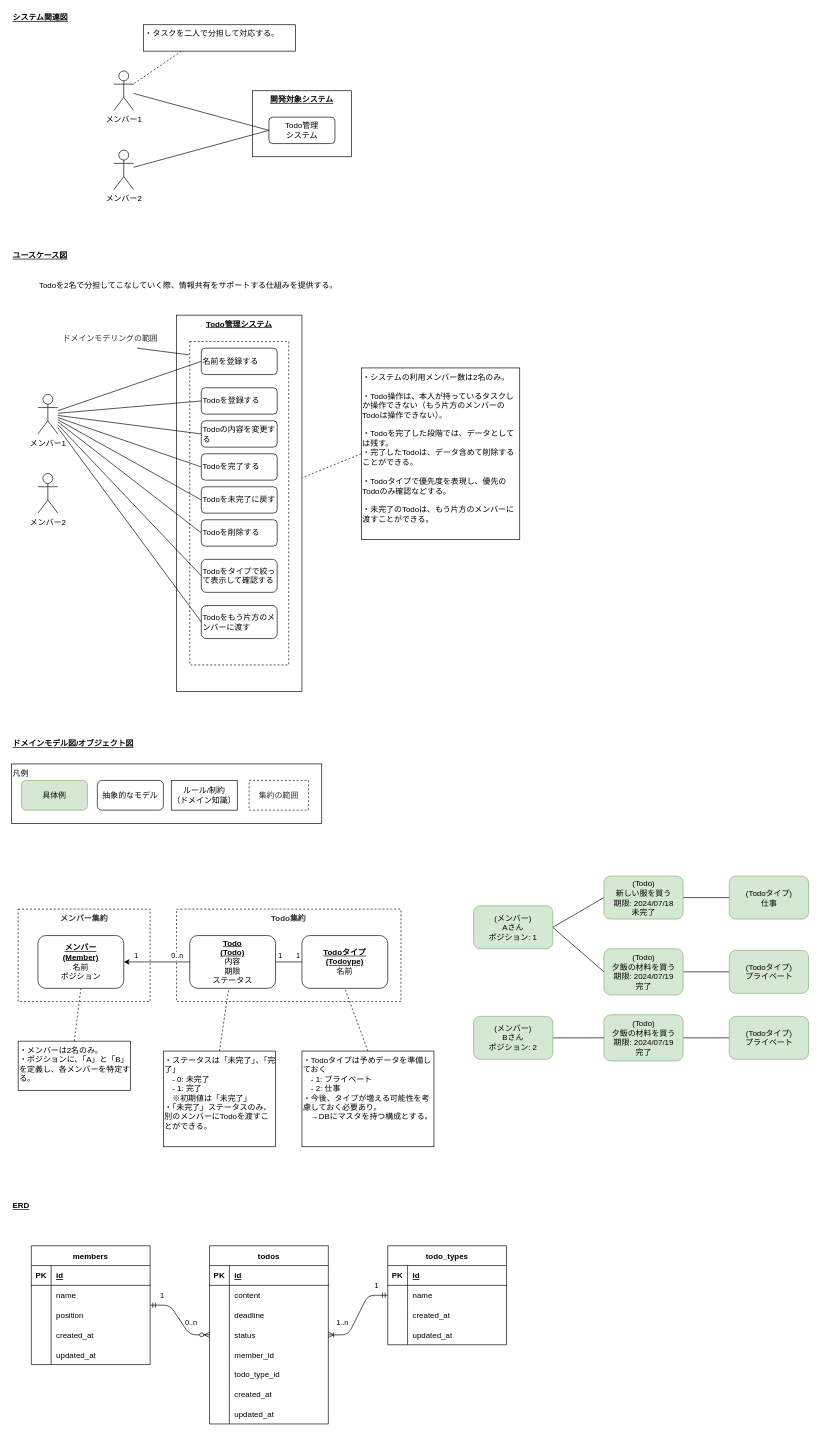
This is page "ドメインモデル" (1 of 2) of ddd/ddd-sample-app-cs/docs/ドメインモデル.drawio from atman-33/system-dev-docs, a draw.io file, before an edit. Source tidied: cells renumbered, new cells numbered last; positions are measured from the earlier drawing's top-left corner, leaving out a move shared by most shapes. Both pictures are drawn from the tidied source at 66%, with x=0, y=0 at pixel (11, 11).
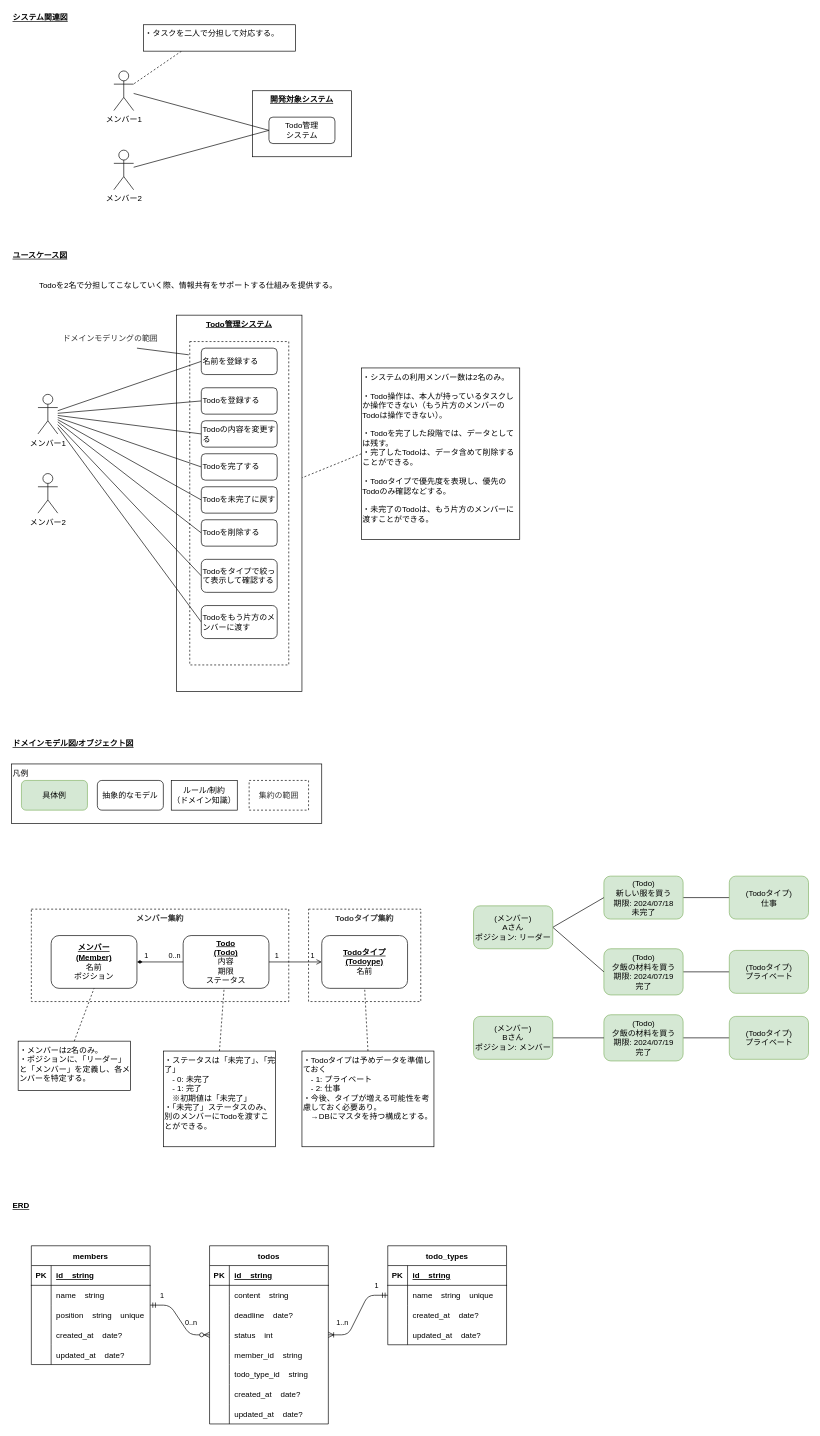
After the change.

The change refers to these unchanged cells:
```xml
<mxCell id="67" style="shape=tableRow;horizontal=0;startSize=0;swimlaneHead=0;swimlaneBody=0;fillColor=none;top=0;left=0;right=0;bottom=1;" parent="66" vertex="1">
  <mxGeometry y="30" width="180" height="30" as="geometry" />
</mxCell>
<mxCell id="70" style="shape=tableRow;horizontal=0;startSize=0;swimlaneHead=0;swimlaneBody=0;fillColor=none;top=0;left=0;right=0;bottom=0;" parent="66" vertex="1">
  <mxGeometry y="60" width="180" height="30" as="geometry" />
</mxCell>
<mxCell id="73" style="shape=tableRow;horizontal=0;startSize=0;swimlaneHead=0;swimlaneBody=0;fillColor=none;top=0;left=0;right=0;bottom=0;" parent="66" vertex="1">
  <mxGeometry y="90" width="180" height="30" as="geometry" />
</mxCell>
<mxCell id="76" style="shape=tableRow;horizontal=0;startSize=0;swimlaneHead=0;swimlaneBody=0;fillColor=none;top=0;left=0;right=0;bottom=0;" parent="66" vertex="1">
  <mxGeometry y="120" width="180" height="30" as="geometry" />
</mxCell>
<mxCell id="79" style="shape=tableRow;horizontal=0;startSize=0;swimlaneHead=0;swimlaneBody=0;fillColor=none;top=0;left=0;right=0;bottom=0;" parent="66" vertex="1">
  <mxGeometry y="150" width="180" height="30" as="geometry" />
</mxCell>
<mxCell id="83" style="shape=tableRow;horizontal=0;startSize=0;swimlaneHead=0;swimlaneBody=0;fillColor=none;top=0;left=0;right=0;bottom=1;" parent="82" vertex="1">
  <mxGeometry y="30" width="180" height="30" as="geometry" />
</mxCell>
<mxCell id="86" style="shape=tableRow;horizontal=0;startSize=0;swimlaneHead=0;swimlaneBody=0;fillColor=none;top=0;left=0;right=0;bottom=0;" parent="82" vertex="1">
  <mxGeometry y="60" width="180" height="30" as="geometry" />
</mxCell>
<mxCell id="89" style="shape=tableRow;horizontal=0;startSize=0;swimlaneHead=0;swimlaneBody=0;fillColor=none;top=0;left=0;right=0;bottom=0;" parent="82" vertex="1">
  <mxGeometry y="90" width="180" height="30" as="geometry" />
</mxCell>
<mxCell id="92" style="shape=tableRow;horizontal=0;startSize=0;swimlaneHead=0;swimlaneBody=0;fillColor=none;top=0;left=0;right=0;bottom=0;" parent="82" vertex="1">
  <mxGeometry y="120" width="180" height="30" as="geometry" />
</mxCell>
<mxCell id="95" style="shape=tableRow;horizontal=0;startSize=0;swimlaneHead=0;swimlaneBody=0;fillColor=none;top=0;left=0;right=0;bottom=0;" parent="82" vertex="1">
  <mxGeometry y="150" width="180" height="30" as="geometry" />
</mxCell>
<mxCell id="98" style="shape=tableRow;horizontal=0;startSize=0;swimlaneHead=0;swimlaneBody=0;fillColor=none;top=0;left=0;right=0;bottom=0;" parent="82" vertex="1">
  <mxGeometry y="180" width="180" height="30" as="geometry" />
</mxCell>
<mxCell id="101" style="shape=tableRow;horizontal=0;startSize=0;swimlaneHead=0;swimlaneBody=0;fillColor=none;top=0;left=0;right=0;bottom=0;" parent="82" vertex="1">
  <mxGeometry y="210" width="180" height="30" as="geometry" />
</mxCell>
<mxCell id="104" style="shape=tableRow;horizontal=0;startSize=0;swimlaneHead=0;swimlaneBody=0;fillColor=none;top=0;left=0;right=0;bottom=0;" parent="82" vertex="1">
  <mxGeometry y="240" width="180" height="30" as="geometry" />
</mxCell>
<mxCell id="108" style="shape=tableRow;horizontal=0;startSize=0;swimlaneHead=0;swimlaneBody=0;fillColor=none;top=0;left=0;right=0;bottom=1;" parent="107" vertex="1">
  <mxGeometry y="30" width="180" height="30" as="geometry" />
</mxCell>
<mxCell id="111" style="shape=tableRow;horizontal=0;startSize=0;swimlaneHead=0;swimlaneBody=0;fillColor=none;top=0;left=0;right=0;bottom=0;" parent="107" vertex="1">
  <mxGeometry y="60" width="180" height="30" as="geometry" />
</mxCell>
<mxCell id="114" style="shape=tableRow;horizontal=0;startSize=0;swimlaneHead=0;swimlaneBody=0;fillColor=none;top=0;left=0;right=0;bottom=0;" parent="107" vertex="1">
  <mxGeometry y="90" width="180" height="30" as="geometry" />
</mxCell>
<mxCell id="117" style="shape=tableRow;horizontal=0;startSize=0;swimlaneHead=0;swimlaneBody=0;fillColor=none;top=0;left=0;right=0;bottom=0;" parent="107" vertex="1">
  <mxGeometry y="120" width="180" height="30" as="geometry" />
</mxCell>
```

Diff of the diagram source:
```diff
@@
     <mxCell id="3" value="メンバー集約" style="rounded=0;whiteSpace=wrap;html=1;fontColor=#333333;dashed=1;verticalAlign=top;fontStyle=1;" parent="1" vertex="1">
-      <mxGeometry x="10" y="1360" width="200" height="140" as="geometry" />
+      <mxGeometry x="30" y="1360" width="390" height="140" as="geometry" />
     </mxCell>
-    <mxCell id="4" value="Todo集約" style="rounded=0;whiteSpace=wrap;html=1;fontColor=#333333;dashed=1;verticalAlign=top;fontStyle=1;" parent="1" vertex="1">
-      <mxGeometry x="250" y="1360" width="340" height="140" as="geometry" />
+    <mxCell id="4" value="Todoタイプ集約" style="rounded=0;whiteSpace=wrap;html=1;fontColor=#333333;dashed=1;verticalAlign=top;fontStyle=1;" parent="1" vertex="1">
+      <mxGeometry x="450" y="1360" width="170" height="140" as="geometry" />
     </mxCell>
@@
-    <mxCell id="37" style="edgeStyle=none;html=1;exitX=1;exitY=0.5;exitDx=0;exitDy=0;entryX=0;entryY=0.5;entryDx=0;entryDy=0;endArrow=none;endFill=0;" parent="1" edge="1" source="40" target="55">
+    <mxCell id="37" style="edgeStyle=none;html=1;exitX=1;exitY=0.5;exitDx=0;exitDy=0;entryX=0;entryY=0.5;entryDx=0;entryDy=0;endArrow=open;endFill=0;" parent="1" edge="1" source="40" target="55">
       <mxGeometry relative="1" as="geometry" />
     </mxCell>
@@
     <mxCell id="40" value="&lt;u style=&quot;font-weight: bold;&quot;&gt;Todo&lt;/u&gt;&lt;br&gt;&lt;u style=&quot;font-weight: bold;&quot;&gt;(Todo)&lt;/u&gt;&lt;br&gt;内容&lt;br&gt;期限&lt;br&gt;ステータス" style="rounded=1;whiteSpace=wrap;html=1;align=center;" parent="1" vertex="1">
-      <mxGeometry x="270" y="1400" width="130" height="80" as="geometry" />
+      <mxGeometry x="260" y="1400" width="130" height="80" as="geometry" />
     </mxCell>
@@
-    <mxCell id="47" value="(メンバー)&lt;br&gt;Aさん&lt;br&gt;ポジション: 1" style="rounded=1;whiteSpace=wrap;html=1;align=center;fillColor=#d5e8d4;strokeColor=#82b366;" parent="1" vertex="1">
+    <mxCell id="47" value="(メンバー)&lt;br&gt;Aさん&lt;br&gt;ポジション: リーダー" style="rounded=1;whiteSpace=wrap;html=1;align=center;fillColor=#d5e8d4;strokeColor=#82b366;" parent="1" vertex="1">
       <mxGeometry x="700" y="1355" width="120" height="65" as="geometry" />
     </mxCell>
@@
-    <mxCell id="52" value="(メンバー)&lt;br&gt;Bさん&lt;br&gt;ポジション: 2" style="rounded=1;whiteSpace=wrap;html=1;align=center;fillColor=#d5e8d4;strokeColor=#82b366;" parent="1" vertex="1">
+    <mxCell id="52" value="(メンバー)&lt;br&gt;Bさん&lt;br&gt;ポジション: メンバー" style="rounded=1;whiteSpace=wrap;html=1;align=center;fillColor=#d5e8d4;strokeColor=#82b366;" parent="1" vertex="1">
       <mxGeometry x="700" y="1522.5" width="120" height="65" as="geometry" />
     </mxCell>
@@
     <mxCell id="55" value="&lt;u style=&quot;font-weight: bold;&quot;&gt;Todoタイプ&lt;/u&gt;&lt;br&gt;&lt;u style=&quot;font-weight: bold;&quot;&gt;(Todoype)&lt;/u&gt;&lt;br&gt;名前" style="rounded=1;whiteSpace=wrap;html=1;align=center;" parent="1" vertex="1">
-      <mxGeometry x="440" y="1400" width="130" height="80" as="geometry" />
+      <mxGeometry x="470" y="1400" width="130" height="80" as="geometry" />
     </mxCell>
-    <mxCell id="56" style="edgeStyle=none;html=1;exitX=1;exitY=0.5;exitDx=0;exitDy=0;entryX=0;entryY=0.5;entryDx=0;entryDy=0;endArrow=none;endFill=0;startArrow=classic;startFill=1;" parent="1" edge="1" source="59" target="40">
+    <mxCell id="56" style="edgeStyle=none;html=1;exitX=1;exitY=0.5;exitDx=0;exitDy=0;entryX=0;entryY=0.5;entryDx=0;entryDy=0;endArrow=none;endFill=0;startArrow=diamondThin;startFill=1;" parent="1" edge="1" source="59" target="40">
       <mxGeometry relative="1" as="geometry" />
     </mxCell>
@@
     <mxCell id="59" value="&lt;b&gt;&lt;u&gt;メンバー&lt;/u&gt;&lt;/b&gt;&lt;br&gt;&lt;u style=&quot;font-weight: bold;&quot;&gt;(Member)&lt;/u&gt;&lt;br&gt;名前&lt;br&gt;ポジション" style="rounded=1;whiteSpace=wrap;html=1;align=center;" parent="1" vertex="1">
-      <mxGeometry x="40" y="1400" width="130" height="80" as="geometry" />
+      <mxGeometry x="60" y="1400" width="130" height="80" as="geometry" />
     </mxCell>
@@
-    <mxCell id="65" value="・メンバーは2名のみ。&lt;br&gt;・ポジションに、「A」と「B」を定義し、各メンバーを特定する。" style="rounded=0;whiteSpace=wrap;html=1;align=left;verticalAlign=top;" parent="1" vertex="1">
+    <mxCell id="65" value="・メンバーは2名のみ。&lt;br&gt;・ポジションに、「リーダー」と「メンバー」を定義し、各メンバーを特定する。" style="rounded=0;whiteSpace=wrap;html=1;align=left;verticalAlign=top;" parent="1" vertex="1">
       <mxGeometry x="10" y="1560" width="170" height="75" as="geometry" />
     </mxCell>
@@
-    <mxCell id="69" value="id" style="shape=partialRectangle;fillColor=none;top=0;left=0;bottom=0;right=0;align=left;spacingLeft=6;fontStyle=5;overflow=hidden;" parent="67" vertex="1">
+    <mxCell id="69" value="id    string" style="shape=partialRectangle;fillColor=none;top=0;left=0;bottom=0;right=0;align=left;spacingLeft=6;fontStyle=5;overflow=hidden;" parent="67" vertex="1">
       <mxGeometry x="30" width="150" height="30" as="geometry" />
     </mxCell>
@@
-    <mxCell id="72" value="name" style="shape=partialRectangle;fillColor=none;top=0;left=0;bottom=0;right=0;align=left;spacingLeft=6;overflow=hidden;" parent="70" vertex="1">
+    <mxCell id="72" value="name    string" style="shape=partialRectangle;fillColor=none;top=0;left=0;bottom=0;right=0;align=left;spacingLeft=6;overflow=hidden;" parent="70" vertex="1">
       <mxGeometry x="30" width="150" height="30" as="geometry" />
     </mxCell>
@@
-    <mxCell id="75" value="position" style="shape=partialRectangle;fillColor=none;top=0;left=0;bottom=0;right=0;align=left;spacingLeft=6;overflow=hidden;" parent="73" vertex="1">
+    <mxCell id="75" value="position    string    unique" style="shape=partialRectangle;fillColor=none;top=0;left=0;bottom=0;right=0;align=left;spacingLeft=6;overflow=hidden;" parent="73" vertex="1">
       <mxGeometry x="30" width="150" height="30" as="geometry" />
     </mxCell>
@@
-    <mxCell id="78" value="created_at" style="shape=partialRectangle;fillColor=none;top=0;left=0;bottom=0;right=0;align=left;spacingLeft=6;overflow=hidden;" parent="76" vertex="1">
+    <mxCell id="78" value="created_at    date?" style="shape=partialRectangle;fillColor=none;top=0;left=0;bottom=0;right=0;align=left;spacingLeft=6;overflow=hidden;" parent="76" vertex="1">
       <mxGeometry x="30" width="150" height="30" as="geometry" />
     </mxCell>
@@
-    <mxCell id="81" value="updated_at" style="shape=partialRectangle;fillColor=none;top=0;left=0;bottom=0;right=0;align=left;spacingLeft=6;overflow=hidden;" parent="79" vertex="1">
+    <mxCell id="81" value="updated_at    date?" style="shape=partialRectangle;fillColor=none;top=0;left=0;bottom=0;right=0;align=left;spacingLeft=6;overflow=hidden;" parent="79" vertex="1">
       <mxGeometry x="30" width="150" height="30" as="geometry" />
     </mxCell>
@@
-    <mxCell id="85" value="id" style="shape=partialRectangle;fillColor=none;top=0;left=0;bottom=0;right=0;align=left;spacingLeft=6;fontStyle=5;overflow=hidden;" parent="83" vertex="1">
+    <mxCell id="85" value="id    string" style="shape=partialRectangle;fillColor=none;top=0;left=0;bottom=0;right=0;align=left;spacingLeft=6;fontStyle=5;overflow=hidden;" parent="83" vertex="1">
       <mxGeometry x="30" width="150" height="30" as="geometry" />
     </mxCell>
@@
-    <mxCell id="88" value="content" style="shape=partialRectangle;fillColor=none;top=0;left=0;bottom=0;right=0;align=left;spacingLeft=6;overflow=hidden;" parent="86" vertex="1">
+    <mxCell id="88" value="content    string" style="shape=partialRectangle;fillColor=none;top=0;left=0;bottom=0;right=0;align=left;spacingLeft=6;overflow=hidden;" parent="86" vertex="1">
       <mxGeometry x="30" width="150" height="30" as="geometry" />
     </mxCell>
@@
-    <mxCell id="91" value="deadline" style="shape=partialRectangle;fillColor=none;top=0;left=0;bottom=0;right=0;align=left;spacingLeft=6;overflow=hidden;" parent="89" vertex="1">
+    <mxCell id="91" value="deadline    date?" style="shape=partialRectangle;fillColor=none;top=0;left=0;bottom=0;right=0;align=left;spacingLeft=6;overflow=hidden;" parent="89" vertex="1">
       <mxGeometry x="30" width="150" height="30" as="geometry" />
     </mxCell>
@@
-    <mxCell id="94" value="status" style="shape=partialRectangle;fillColor=none;top=0;left=0;bottom=0;right=0;align=left;spacingLeft=6;overflow=hidden;" parent="92" vertex="1">
+    <mxCell id="94" value="status    int" style="shape=partialRectangle;fillColor=none;top=0;left=0;bottom=0;right=0;align=left;spacingLeft=6;overflow=hidden;" parent="92" vertex="1">
       <mxGeometry x="30" width="150" height="30" as="geometry" />
     </mxCell>
@@
-    <mxCell id="97" value="member_id" style="shape=partialRectangle;fillColor=none;top=0;left=0;bottom=0;right=0;align=left;spacingLeft=6;overflow=hidden;" parent="95" vertex="1">
+    <mxCell id="97" value="member_id    string" style="shape=partialRectangle;fillColor=none;top=0;left=0;bottom=0;right=0;align=left;spacingLeft=6;overflow=hidden;" parent="95" vertex="1">
       <mxGeometry x="30" width="150" height="30" as="geometry" />
     </mxCell>
@@
-    <mxCell id="100" value="todo_type_id" style="shape=partialRectangle;fillColor=none;top=0;left=0;bottom=0;right=0;align=left;spacingLeft=6;overflow=hidden;" parent="98" vertex="1">
+    <mxCell id="100" value="todo_type_id    string" style="shape=partialRectangle;fillColor=none;top=0;left=0;bottom=0;right=0;align=left;spacingLeft=6;overflow=hidden;" parent="98" vertex="1">
       <mxGeometry x="30" width="150" height="30" as="geometry" />
     </mxCell>
@@
-    <mxCell id="103" value="created_at" style="shape=partialRectangle;fillColor=none;top=0;left=0;bottom=0;right=0;align=left;spacingLeft=6;overflow=hidden;" parent="101" vertex="1">
+    <mxCell id="103" value="created_at    date?" style="shape=partialRectangle;fillColor=none;top=0;left=0;bottom=0;right=0;align=left;spacingLeft=6;overflow=hidden;" parent="101" vertex="1">
       <mxGeometry x="30" width="150" height="30" as="geometry" />
     </mxCell>
@@
-    <mxCell id="106" value="updated_at" style="shape=partialRectangle;fillColor=none;top=0;left=0;bottom=0;right=0;align=left;spacingLeft=6;overflow=hidden;" parent="104" vertex="1">
+    <mxCell id="106" value="updated_at    date?" style="shape=partialRectangle;fillColor=none;top=0;left=0;bottom=0;right=0;align=left;spacingLeft=6;overflow=hidden;" parent="104" vertex="1">
       <mxGeometry x="30" width="150" height="30" as="geometry" />
     </mxCell>
@@
-    <mxCell id="110" value="id" style="shape=partialRectangle;fillColor=none;top=0;left=0;bottom=0;right=0;align=left;spacingLeft=6;fontStyle=5;overflow=hidden;" parent="108" vertex="1">
+    <mxCell id="110" value="id    string" style="shape=partialRectangle;fillColor=none;top=0;left=0;bottom=0;right=0;align=left;spacingLeft=6;fontStyle=5;overflow=hidden;" parent="108" vertex="1">
       <mxGeometry x="30" width="150" height="30" as="geometry" />
     </mxCell>
@@
-    <mxCell id="113" value="name" style="shape=partialRectangle;fillColor=none;top=0;left=0;bottom=0;right=0;align=left;spacingLeft=6;overflow=hidden;" parent="111" vertex="1">
+    <mxCell id="113" value="name    string    unique" style="shape=partialRectangle;fillColor=none;top=0;left=0;bottom=0;right=0;align=left;spacingLeft=6;overflow=hidden;" parent="111" vertex="1">
       <mxGeometry x="30" width="150" height="30" as="geometry" />
     </mxCell>
@@
-    <mxCell id="116" value="created_at" style="shape=partialRectangle;fillColor=none;top=0;left=0;bottom=0;right=0;align=left;spacingLeft=6;overflow=hidden;" parent="114" vertex="1">
+    <mxCell id="116" value="created_at    date?" style="shape=partialRectangle;fillColor=none;top=0;left=0;bottom=0;right=0;align=left;spacingLeft=6;overflow=hidden;" parent="114" vertex="1">
       <mxGeometry x="30" width="150" height="30" as="geometry" />
     </mxCell>
@@
-    <mxCell id="119" value="updated_at" style="shape=partialRectangle;fillColor=none;top=0;left=0;bottom=0;right=0;align=left;spacingLeft=6;overflow=hidden;" parent="117" vertex="1">
+    <mxCell id="119" value="updated_at    date?" style="shape=partialRectangle;fillColor=none;top=0;left=0;bottom=0;right=0;align=left;spacingLeft=6;overflow=hidden;" parent="117" vertex="1">
       <mxGeometry x="30" width="150" height="30" as="geometry" />
     </mxCell>
```
